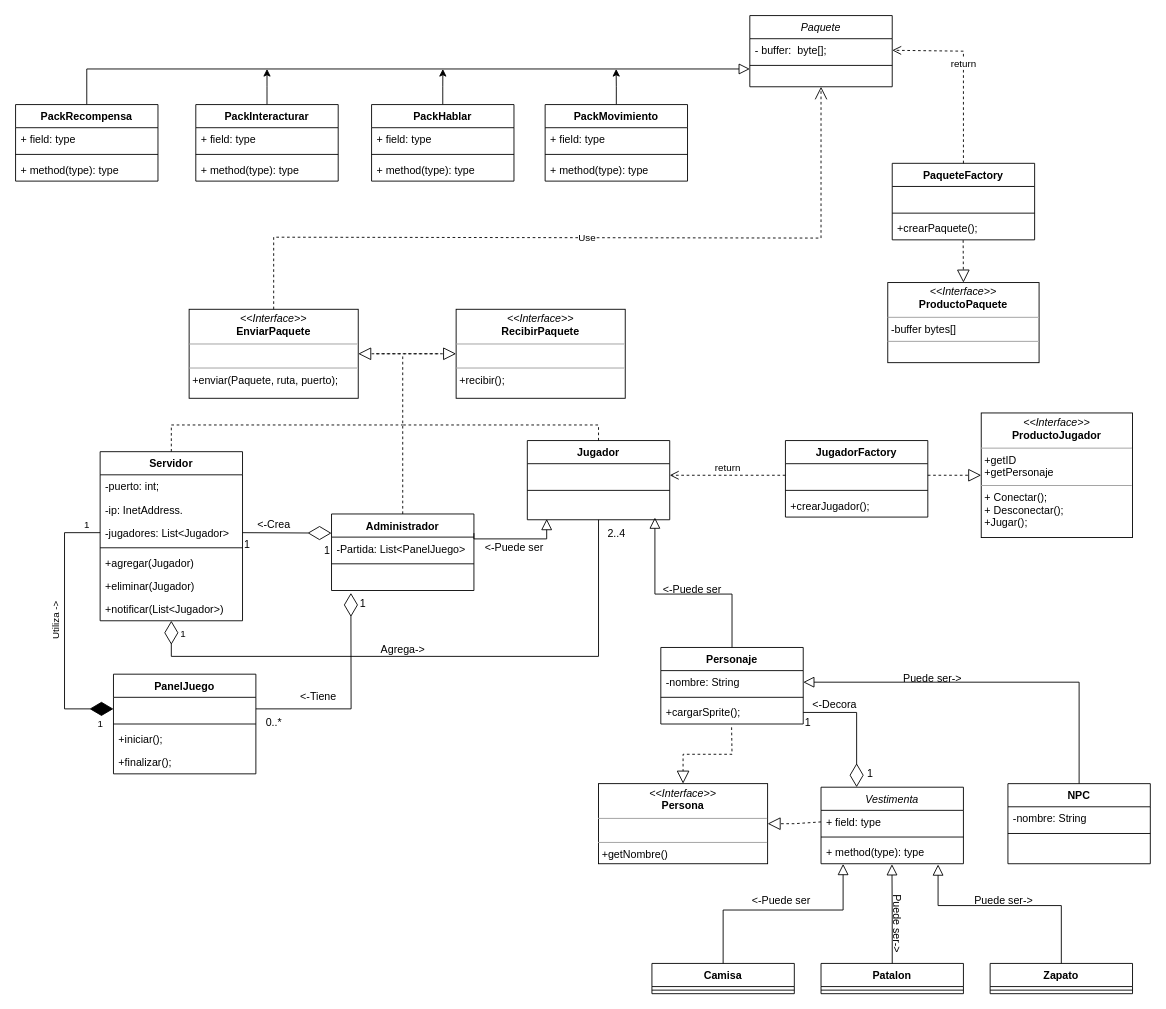
The draw.io diagram page "Diagrama de clases" (2 of 7) of UML/UML.drawio in Carlos19men/EcoCrossing, before the edit. Source tidied: cells renumbered, new cells numbered last; positions are measured from the earlier drawing's top-left corner, leaving out a move shared by most shapes. Both pictures are drawn from the tidied source at 89%, with x=0, y=0 at pixel (15, 15).
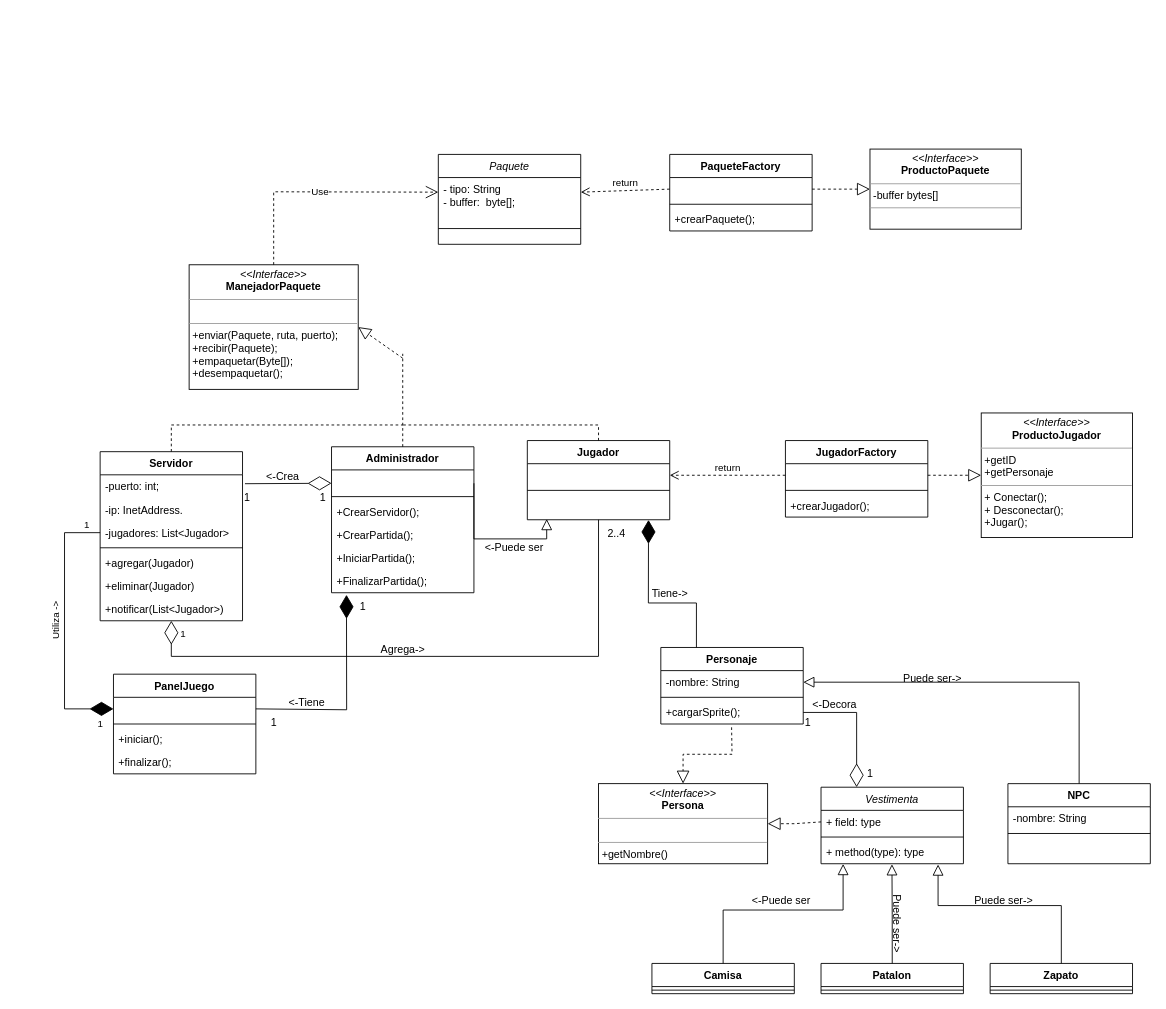
The same page after the edit.

Unchanged cells that the change refers to:
```xml
<mxCell id="5" value="-jugadores: List&lt;Jugador&gt;" style="text;align=left;verticalAlign=top;spacingLeft=4;spacingRight=4;overflow=hidden;points=[[0,0.5],[1,0.5]];portConstraint=eastwest;rounded=0;shadow=0;html=0;" parent="2" vertex="1">
  <mxGeometry y="78" width="160" height="26" as="geometry" />
</mxCell>
<mxCell id="13" value=" " style="text;align=left;verticalAlign=top;spacingLeft=4;spacingRight=4;overflow=hidden;points=[[0,0.5],[1,0.5]];portConstraint=eastwest;" parent="10" vertex="1">
  <mxGeometry y="60" width="160" height="26" as="geometry" />
</mxCell>
<mxCell id="14" value="Personaje" style="swimlane;fontStyle=1;align=center;verticalAlign=top;horizontal=1;startSize=26;rounded=0;shadow=0;strokeWidth=1;" parent="1" vertex="1">
  <mxGeometry x="725" y="710" width="160" height="86" as="geometry" />
</mxCell>
<mxCell id="44" value=" " style="text;strokeColor=none;fillColor=none;align=left;verticalAlign=top;spacingLeft=4;spacingRight=4;overflow=hidden;points=[[0,0.5],[1,0.5]];portConstraint=eastwest;" parent="43" vertex="1">
  <mxGeometry y="26" width="160" height="26" as="geometry" />
</mxCell>
<mxCell id="70" value=" " style="text;strokeColor=none;fillColor=none;align=left;verticalAlign=top;spacingLeft=4;spacingRight=4;overflow=hidden;points=[[0,0.5],[1,0.5]];portConstraint=eastwest;" parent="69" vertex="1">
  <mxGeometry y="26" width="160" height="26" as="geometry" />
</mxCell>
<mxCell id="72" value="+crearPaquete(); " style="text;strokeColor=none;fillColor=none;align=left;verticalAlign=top;spacingLeft=4;spacingRight=4;overflow=hidden;points=[[0,0.5],[1,0.5]];portConstraint=eastwest;" parent="69" vertex="1">
  <mxGeometry y="60" width="160" height="26" as="geometry" />
</mxCell>
```

The edit, as a diff of the source:
```diff
@@
     <mxCell id="21" value="Administrador" style="swimlane;fontStyle=1;align=center;verticalAlign=top;horizontal=1;startSize=26;" parent="1" vertex="1">
-      <mxGeometry x="355" y="560" width="160" height="86" as="geometry" />
+      <mxGeometry x="355" y="484.5" width="160" height="164" as="geometry" />
     </mxCell>
-    <mxCell id="22" value="-Partida: List&lt;PanelJuego&gt;" style="text;strokeColor=none;fillColor=none;align=left;verticalAlign=top;spacingLeft=4;spacingRight=4;overflow=hidden;" parent="21" vertex="1">
+    <mxCell id="22" value=" " style="text;strokeColor=none;fillColor=none;align=left;verticalAlign=top;spacingLeft=4;spacingRight=4;overflow=hidden;" parent="21" vertex="1">
       <mxGeometry y="26" width="160" height="26" as="geometry" />
     </mxCell>
@@
-    <mxCell id="24" value=" " style="text;align=left;verticalAlign=top;spacingLeft=4;spacingRight=4;overflow=hidden;points=[[0,0.5],[1,0.5]];portConstraint=eastwest;" parent="21" vertex="1">
+    <mxCell id="24" value="+CrearServidor(); " style="text;align=left;verticalAlign=top;spacingLeft=4;spacingRight=4;overflow=hidden;points=[[0,0.5],[1,0.5]];portConstraint=eastwest;" parent="21" vertex="1">
       <mxGeometry y="60" width="160" height="26" as="geometry" />
     </mxCell>
+    <mxCell id="121" value="+CrearPartida(); " style="text;align=left;verticalAlign=top;spacingLeft=4;spacingRight=4;overflow=hidden;" parent="21" vertex="1">
+      <mxGeometry y="86" width="160" height="26" as="geometry" />
+    </mxCell>
+    <mxCell id="122" value="+IniciarPartida(); " style="text;align=left;verticalAlign=top;spacingLeft=4;spacingRight=4;overflow=hidden;" parent="21" vertex="1">
+      <mxGeometry y="112" width="160" height="26" as="geometry" />
+    </mxCell>
+    <mxCell id="123" value="+FinalizarPartida(); " style="text;align=left;verticalAlign=top;spacingLeft=4;spacingRight=4;overflow=hidden;points=[[0,0.5],[1,0.5]];portConstraint=eastwest;" parent="21" vertex="1">
+      <mxGeometry y="138" width="160" height="26" as="geometry" />
+    </mxCell>
@@
-    <mxCell id="48" style="endArrow=block;endSize=10;endFill=0;shadow=0;strokeWidth=1;rounded=0;edgeStyle=elbowEdgeStyle;elbow=vertical;entryX=0.896;entryY=1.019;entryDx=0;entryDy=0;exitX=0.5;exitY=0;exitDx=0;exitDy=0;entryPerimeter=0;" parent="1" edge="1" source="14" target="13">
-      <mxGeometry relative="1" as="geometry">
-        <Array as="points">
-          <mxPoint x="695" y="650" />
-        </Array>
-      </mxGeometry>
-    </mxCell>
@@
-    <mxCell id="56" value="&lt;p style=&quot;margin:0px;margin-top:4px;text-align:center;&quot;&gt;&lt;i&gt;&amp;lt;&amp;lt;Interface&amp;gt;&amp;gt;&lt;/i&gt;&lt;br&gt;&lt;b&gt;EnviarPaquete&lt;/b&gt;&lt;/p&gt;&lt;hr size=&quot;1&quot;&gt;&lt;p style=&quot;margin:0px;margin-left:4px;&quot;&gt;&lt;br&gt;&lt;/p&gt;&lt;hr size=&quot;1&quot;&gt;&lt;p style=&quot;margin:0px;margin-left:4px;&quot;&gt;+enviar(Paquete, ruta, puerto);&amp;nbsp;&lt;/p&gt;" style="verticalAlign=top;align=left;overflow=fill;fontSize=12;fontFamily=Helvetica;html=1;" parent="1" vertex="1">
-      <mxGeometry x="195" y="330" width="190" height="100" as="geometry" />
+    <mxCell id="56" value="&lt;p style=&quot;margin:0px;margin-top:4px;text-align:center;&quot;&gt;&lt;i&gt;&amp;lt;&amp;lt;Interface&amp;gt;&amp;gt;&lt;/i&gt;&lt;br&gt;&lt;b&gt;ManejadorPaquete&lt;/b&gt;&lt;/p&gt;&lt;hr size=&quot;1&quot;&gt;&lt;p style=&quot;margin:0px;margin-left:4px;&quot;&gt;&lt;br&gt;&lt;/p&gt;&lt;hr size=&quot;1&quot;&gt;&lt;p style=&quot;margin:0px;margin-left:4px;&quot;&gt;+enviar(Paquete, ruta, puerto);&amp;nbsp;&lt;/p&gt;&lt;p style=&quot;margin:0px;margin-left:4px;&quot;&gt;+recibir(Paquete);&amp;nbsp;&lt;br&gt;&lt;/p&gt;&lt;p style=&quot;margin:0px;margin-left:4px;&quot;&gt;+empaquetar(Byte[]);&amp;nbsp;&lt;/p&gt;&lt;p style=&quot;margin:0px;margin-left:4px;&quot;&gt;+desempaquetar();&amp;nbsp;&lt;/p&gt;" style="verticalAlign=top;align=left;overflow=fill;fontSize=12;fontFamily=Helvetica;html=1;" parent="1" vertex="1">
+      <mxGeometry x="195" y="280" width="190" height="140" as="geometry" />
     </mxCell>
-    <mxCell id="57" value="&lt;p style=&quot;margin:0px;margin-top:4px;text-align:center;&quot;&gt;&lt;i&gt;&amp;lt;&amp;lt;Interface&amp;gt;&amp;gt;&lt;/i&gt;&lt;br&gt;&lt;b&gt;RecibirPaquete&lt;/b&gt;&lt;/p&gt;&lt;hr size=&quot;1&quot;&gt;&lt;p style=&quot;margin:0px;margin-left:4px;&quot;&gt;&lt;br&gt;&lt;/p&gt;&lt;hr size=&quot;1&quot;&gt;&lt;p style=&quot;margin:0px;margin-left:4px;&quot;&gt;+recibir();&amp;nbsp;&lt;/p&gt;" style="verticalAlign=top;align=left;overflow=fill;fontSize=12;fontFamily=Helvetica;html=1;" parent="1" vertex="1">
-      <mxGeometry x="495" y="330" width="190" height="100" as="geometry" />
-    </mxCell>
@@
     <mxCell id="61" style="endArrow=block;dashed=1;endFill=0;endSize=12;html=1;rounded=0;entryX=1;entryY=0.5;entryDx=0;entryDy=0;" parent="1" edge="1" target="56">
       <mxGeometry relative="1" as="geometry">
-        <mxPoint x="475" y="380" as="sourcePoint" />
+        <mxPoint x="435" y="385" as="sourcePoint" />
       </mxGeometry>
     </mxCell>
-    <mxCell id="62" style="endArrow=block;dashed=1;endFill=0;endSize=12;html=1;rounded=0;entryX=0;entryY=0.5;entryDx=0;entryDy=0;" parent="1" edge="1" target="57">
-      <mxGeometry relative="1" as="geometry">
-        <mxPoint x="405" y="380" as="sourcePoint" />
-      </mxGeometry>
-    </mxCell>
     <mxCell id="63" value="&lt;p style=&quot;margin:0px;margin-top:4px;text-align:center;&quot;&gt;&lt;i&gt;&amp;lt;&amp;lt;Interface&amp;gt;&amp;gt;&lt;/i&gt;&lt;br&gt;&lt;b&gt;ProductoPaquete&lt;/b&gt;&lt;/p&gt;&lt;hr size=&quot;1&quot;&gt;&lt;p style=&quot;margin:0px;margin-left:4px;&quot;&gt;-buffer bytes[]&lt;/p&gt;&lt;hr size=&quot;1&quot;&gt;&lt;p style=&quot;margin:0px;margin-left:4px;&quot;&gt;&lt;br&gt;&lt;/p&gt;" style="verticalAlign=top;align=left;overflow=fill;fontSize=12;fontFamily=Helvetica;html=1;" parent="1" vertex="1">
-      <mxGeometry x="980" y="300" width="170" height="90" as="geometry" />
+      <mxGeometry x="960" y="150" width="170" height="90" as="geometry" />
     </mxCell>
-    <mxCell id="64" value="Use" style="endArrow=open;endSize=12;dashed=1;html=1;rounded=0;exitX=0.5;exitY=0;exitDx=0;exitDy=0;entryX=0.5;entryY=1;entryDx=0;entryDy=0;" parent="1" edge="1" source="56" target="66">
+    <mxCell id="64" value="Use" style="endArrow=open;endSize=12;dashed=1;html=1;rounded=0;exitX=0.5;exitY=0;exitDx=0;exitDy=0;entryX=0;entryY=0.5;entryDx=0;entryDy=0;" parent="1" edge="1" source="56" target="124">
       <mxGeometry relative="1" as="geometry">
         <Array as="points">
-          <mxPoint x="290" y="249" />
-          <mxPoint x="905" y="250" />
+          <mxPoint x="290" y="198" />
         </Array>
       </mxGeometry>
     </mxCell>
     <mxCell id="65" style="group;" parent="1" vertex="1">
-      <mxGeometry x="825" width="160" height="80" as="geometry" />
+      <mxGeometry x="475" y="156" width="160" height="101" as="geometry" />
     </mxCell>
     <mxCell id="66" value="Paquete" style="swimlane;fontStyle=2;align=center;verticalAlign=top;horizontal=1;startSize=26;rounded=0;shadow=0;strokeWidth=1;" parent="65" vertex="1">
-      <mxGeometry width="160" height="80" as="geometry" />
+      <mxGeometry width="160" height="101" as="geometry" />
     </mxCell>
-    <mxCell id="67" value="- buffer:  byte[]; " style="text;align=left;verticalAlign=top;spacingLeft=4;spacingRight=4;overflow=hidden;points=[[0,0.5],[1,0.5]];portConstraint=eastwest;" parent="65" vertex="1">
-      <mxGeometry y="26" width="160" height="26" as="geometry" />
-    </mxCell>
+    <mxCell id="124" value="- tipo: String&#10;- buffer:  byte[]; " style="text;align=left;verticalAlign=top;spacingLeft=4;spacingRight=4;overflow=hidden;points=[[0,0.5],[1,0.5]];portConstraint=eastwest;" parent="66" vertex="1">
+      <mxGeometry y="26" width="160" height="32.8" as="geometry" />
+    </mxCell>
     <mxCell id="68" style="line;html=1;strokeWidth=1;align=left;verticalAlign=middle;spacingTop=-1;spacingLeft=3;spacingRight=3;labelPosition=right;" parent="65" vertex="1">
-      <mxGeometry y="52" width="160" height="8" as="geometry" />
+      <mxGeometry y="65.6" width="160" height="35.4" as="geometry" />
     </mxCell>
     <mxCell id="69" value="PaqueteFactory" style="swimlane;fontStyle=1;align=center;verticalAlign=top;horizontal=1;startSize=26;" parent="1" vertex="1">
-      <mxGeometry x="985" y="166" width="160" height="86" as="geometry" />
+      <mxGeometry x="735" y="156" width="160" height="86" as="geometry" />
     </mxCell>
@@
-    <mxCell id="73" style="endArrow=block;dashed=1;endFill=0;endSize=12;html=1;rounded=0;exitX=0.498;exitY=1.013;exitDx=0;exitDy=0;entryX=0.5;entryY=0;entryDx=0;entryDy=0;exitPerimeter=0;" parent="1" edge="1" source="72" target="63">
+    <mxCell id="73" style="endArrow=block;dashed=1;endFill=0;endSize=12;html=1;rounded=0;exitX=1;exitY=0.5;exitDx=0;exitDy=0;entryX=0;entryY=0.5;entryDx=0;entryDy=0;" parent="1" edge="1" source="70" target="63">
       <mxGeometry relative="1" as="geometry" />
     </mxCell>
-    <mxCell id="74" value="return" style="html=1;verticalAlign=bottom;endArrow=open;dashed=1;endSize=8;rounded=0;exitX=0.5;exitY=0;exitDx=0;exitDy=0;entryX=1;entryY=0.5;entryDx=0;entryDy=0;" parent="1" edge="1" source="69" target="67">
-      <mxGeometry relative="1" as="geometry">
-        <Array as="points">
-          <mxPoint x="1065" y="40" />
-        </Array>
-      </mxGeometry>
+    <mxCell id="74" value="return" style="html=1;verticalAlign=bottom;endArrow=open;dashed=1;endSize=8;rounded=0;exitX=0;exitY=0.5;exitDx=0;exitDy=0;entryX=1;entryY=0.5;entryDx=0;entryDy=0;" parent="1" edge="1" source="70" target="124">
+      <mxGeometry relative="1" as="geometry" />
     </mxCell>
     <mxCell id="75" value="1" style="text;html=1;align=center;verticalAlign=middle;points=[];strokeColor=none;fillColor=none;" parent="1" vertex="1">
-      <mxGeometry x="245" y="580" width="30" height="30" as="geometry" />
+      <mxGeometry x="245" y="526.5" width="30" height="30" as="geometry" />
     </mxCell>
     <mxCell id="76" value="1" style="text;html=1;align=center;verticalAlign=middle;strokeColor=none;fillColor=none;" parent="1" vertex="1">
-      <mxGeometry x="335" y="586.5" width="30" height="30" as="geometry" />
+      <mxGeometry x="330" y="526.5" width="30" height="30" as="geometry" />
     </mxCell>
@@
     <mxCell id="78" value="&amp;lt;-Crea" style="text;html=1;align=center;verticalAlign=middle;strokeColor=none;fillColor=none;" parent="1" vertex="1">
-      <mxGeometry x="260" y="556.5" width="60" height="30" as="geometry" />
+      <mxGeometry x="270" y="502.5" width="60" height="30" as="geometry" />
     </mxCell>
     <mxCell id="79" value="1" style="text;html=1;align=center;verticalAlign=middle;strokeColor=none;fillColor=none;" parent="1" vertex="1">
-      <mxGeometry x="375" y="646" width="30" height="30" as="geometry" />
+      <mxGeometry x="375" y="648.5" width="30" height="30" as="geometry" />
     </mxCell>
-    <mxCell id="80" value="0..*" style="text;html=1;align=center;verticalAlign=middle;strokeColor=none;fillColor=none;" parent="1" vertex="1">
-      <mxGeometry x="270" y="780" width="40" height="30" as="geometry" />
+    <mxCell id="80" value="1" style="text;html=1;align=center;verticalAlign=middle;strokeColor=none;fillColor=none;" parent="1" vertex="1">
+      <mxGeometry x="275" y="780" width="30" height="30" as="geometry" />
     </mxCell>
     <mxCell id="81" value="&amp;lt;-Tiene" style="text;html=1;align=center;verticalAlign=middle;strokeColor=none;fillColor=none;rotation=0;" parent="1" vertex="1">
-      <mxGeometry x="310" y="750" width="60" height="30" as="geometry" />
+      <mxGeometry x="297" y="757" width="60" height="30" as="geometry" />
     </mxCell>
@@
-    <mxCell id="85" value="&amp;lt;-Puede ser" style="text;html=1;align=center;verticalAlign=middle;strokeColor=none;fillColor=none;" parent="1" vertex="1">
-      <mxGeometry x="715" y="630" width="90" height="30" as="geometry" />
+    <mxCell id="85" value="Tiene-&amp;gt;" style="text;html=1;align=center;verticalAlign=middle;strokeColor=none;fillColor=none;" parent="1" vertex="1">
+      <mxGeometry x="705" y="635" width="60" height="30" as="geometry" />
     </mxCell>
@@
-    <mxCell id="94" style="endArrow=diamondThin;endFill=0;endSize=24;html=1;rounded=0;fontSize=11;entryX=0.136;entryY=1.104;entryDx=0;entryDy=0;entryPerimeter=0;exitX=1;exitY=0.5;exitDx=0;exitDy=0;" parent="1" edge="1" source="44" target="24">
-      <mxGeometry relative="1" as="geometry">
-        <Array as="points">
-          <mxPoint x="377" y="779" />
-        </Array>
-      </mxGeometry>
-    </mxCell>
@@
-    <mxCell id="97" style="endArrow=diamondThin;endFill=0;endSize=24;html=1;rounded=0;fontSize=11;entryX=0;entryY=0.25;entryDx=0;entryDy=0;exitX=1;exitY=0.5;exitDx=0;exitDy=0;" parent="1" edge="1" source="5" target="21">
+    <mxCell id="97" style="endArrow=diamondThin;endFill=0;endSize=24;html=1;rounded=0;fontSize=11;entryX=0;entryY=0.25;entryDx=0;entryDy=0;exitX=0.425;exitY=-0.017;exitDx=0;exitDy=0;exitPerimeter=0;" parent="1" edge="1" source="75" target="21">
       <mxGeometry relative="1" as="geometry" />
     </mxCell>
@@
-    <mxCell id="101" style="endArrow=block;endSize=10;endFill=0;shadow=0;strokeWidth=1;rounded=0;edgeStyle=elbowEdgeStyle;elbow=vertical;entryX=0;entryY=0.75;entryDx=0;entryDy=0;exitX=0.5;exitY=0;exitDx=0;exitDy=0;" parent="1" edge="1" source="117" target="66">
-      <mxGeometry relative="1" as="geometry">
-        <Array as="points">
-          <mxPoint x="585" y="60" />
-        </Array>
-      </mxGeometry>
-    </mxCell>
-    <mxCell id="102" style="edgeStyle=orthogonalEdgeStyle;rounded=0;jettySize=auto;html=1;exitX=0.5;exitY=0;exitDx=0;exitDy=0;" parent="1" edge="1" source="103">
-      <mxGeometry relative="1" as="geometry">
-        <mxPoint x="674.8" y="60" as="targetPoint" />
-      </mxGeometry>
-    </mxCell>
-    <mxCell id="103" value="PackMovimiento" style="swimlane;fontStyle=1;align=center;verticalAlign=top;horizontal=1;startSize=26;" parent="1" vertex="1">
-      <mxGeometry x="595" y="100" width="160" height="86" as="geometry" />
-    </mxCell>
-    <mxCell id="104" value="+ field: type" style="text;strokeColor=none;fillColor=none;align=left;verticalAlign=top;spacingLeft=4;spacingRight=4;overflow=hidden;" parent="103" vertex="1">
-      <mxGeometry y="26" width="160" height="26" as="geometry" />
-    </mxCell>
-    <mxCell id="105" style="line;strokeWidth=1;fillColor=none;align=left;verticalAlign=middle;spacingTop=-1;spacingLeft=3;spacingRight=3;labelPosition=right;strokeColor=inherit;" parent="103" vertex="1">
-      <mxGeometry y="52" width="160" height="8" as="geometry" />
-    </mxCell>
-    <mxCell id="106" value="+ method(type): type" style="text;strokeColor=none;fillColor=none;align=left;verticalAlign=top;spacingLeft=4;spacingRight=4;overflow=hidden;" parent="103" vertex="1">
-      <mxGeometry y="60" width="160" height="26" as="geometry" />
-    </mxCell>
-    <mxCell id="107" style="edgeStyle=orthogonalEdgeStyle;rounded=0;jettySize=auto;html=1;exitX=0.5;exitY=0;exitDx=0;exitDy=0;" parent="1" edge="1" source="108">
-      <mxGeometry relative="1" as="geometry">
-        <mxPoint x="480.1" y="60" as="targetPoint" />
-      </mxGeometry>
-    </mxCell>
-    <mxCell id="108" value="PackHablar" style="swimlane;fontStyle=1;align=center;verticalAlign=top;horizontal=1;startSize=26;" parent="1" vertex="1">
-      <mxGeometry x="400" y="100" width="160" height="86" as="geometry" />
-    </mxCell>
-    <mxCell id="109" value="+ field: type" style="text;strokeColor=none;fillColor=none;align=left;verticalAlign=top;spacingLeft=4;spacingRight=4;overflow=hidden;" parent="108" vertex="1">
-      <mxGeometry y="26" width="160" height="26" as="geometry" />
-    </mxCell>
-    <mxCell id="110" style="line;strokeWidth=1;fillColor=none;align=left;verticalAlign=middle;spacingTop=-1;spacingLeft=3;spacingRight=3;labelPosition=right;strokeColor=inherit;" parent="108" vertex="1">
-      <mxGeometry y="52" width="160" height="8" as="geometry" />
-    </mxCell>
-    <mxCell id="111" value="+ method(type): type" style="text;strokeColor=none;fillColor=none;align=left;verticalAlign=top;spacingLeft=4;spacingRight=4;overflow=hidden;" parent="108" vertex="1">
-      <mxGeometry y="60" width="160" height="26" as="geometry" />
-    </mxCell>
-    <mxCell id="112" style="edgeStyle=orthogonalEdgeStyle;rounded=0;jettySize=auto;html=1;exitX=0.5;exitY=0;exitDx=0;exitDy=0;" parent="1" edge="1" source="113">
-      <mxGeometry relative="1" as="geometry">
-        <mxPoint x="282.5" y="60" as="targetPoint" />
-      </mxGeometry>
-    </mxCell>
-    <mxCell id="113" value="PackInteracturar" style="swimlane;fontStyle=1;align=center;verticalAlign=top;horizontal=1;startSize=26;" parent="1" vertex="1">
-      <mxGeometry x="202.5" y="100" width="160" height="86" as="geometry" />
-    </mxCell>
-    <mxCell id="114" value="+ field: type" style="text;strokeColor=none;fillColor=none;align=left;verticalAlign=top;spacingLeft=4;spacingRight=4;overflow=hidden;" parent="113" vertex="1">
-      <mxGeometry y="26" width="160" height="26" as="geometry" />
-    </mxCell>
-    <mxCell id="115" style="line;strokeWidth=1;fillColor=none;align=left;verticalAlign=middle;spacingTop=-1;spacingLeft=3;spacingRight=3;labelPosition=right;strokeColor=inherit;" parent="113" vertex="1">
-      <mxGeometry y="52" width="160" height="8" as="geometry" />
-    </mxCell>
-    <mxCell id="116" value="+ method(type): type" style="text;strokeColor=none;fillColor=none;align=left;verticalAlign=top;spacingLeft=4;spacingRight=4;overflow=hidden;" parent="113" vertex="1">
-      <mxGeometry y="60" width="160" height="26" as="geometry" />
-    </mxCell>
-    <mxCell id="117" value="PackRecompensa" style="swimlane;fontStyle=1;align=center;verticalAlign=top;horizontal=1;startSize=26;" parent="1" vertex="1">
-      <mxGeometry y="100" width="160" height="86" as="geometry" />
-    </mxCell>
-    <mxCell id="118" value="+ field: type" style="text;strokeColor=none;fillColor=none;align=left;verticalAlign=top;spacingLeft=4;spacingRight=4;overflow=hidden;" parent="117" vertex="1">
-      <mxGeometry y="26" width="160" height="26" as="geometry" />
-    </mxCell>
-    <mxCell id="119" style="line;strokeWidth=1;fillColor=none;align=left;verticalAlign=middle;spacingTop=-1;spacingLeft=3;spacingRight=3;labelPosition=right;strokeColor=inherit;" parent="117" vertex="1">
-      <mxGeometry y="52" width="160" height="8" as="geometry" />
-    </mxCell>
-    <mxCell id="120" value="+ method(type): type" style="text;strokeColor=none;fillColor=none;align=left;verticalAlign=top;spacingLeft=4;spacingRight=4;overflow=hidden;" parent="117" vertex="1">
-      <mxGeometry y="60" width="160" height="26" as="geometry" />
-    </mxCell>
+    <mxCell id="48" style="endArrow=diamondThin;endFill=1;endSize=24;html=1;rounded=0;entryX=0.851;entryY=1.124;entryDx=0;entryDy=0;entryPerimeter=0;exitX=0.25;exitY=0;exitDx=0;exitDy=0;" parent="1" edge="1" source="14" target="13">
+      <mxGeometry relative="1" as="geometry">
+        <Array as="points">
+          <mxPoint x="765" y="660" />
+          <mxPoint x="711" y="660" />
+        </Array>
+      </mxGeometry>
+    </mxCell>
+    <mxCell id="125" style="endArrow=diamondThin;endFill=1;endSize=24;html=1;rounded=0;fontSize=11;entryX=0.105;entryY=1.09;entryDx=0;entryDy=0;exitX=1;exitY=0.5;exitDx=0;exitDy=0;entryPerimeter=0;" parent="1" edge="1" source="44" target="123">
+      <mxGeometry relative="1" as="geometry">
+        <Array as="points">
+          <mxPoint x="372" y="780" />
+        </Array>
+      </mxGeometry>
+    </mxCell>
```
